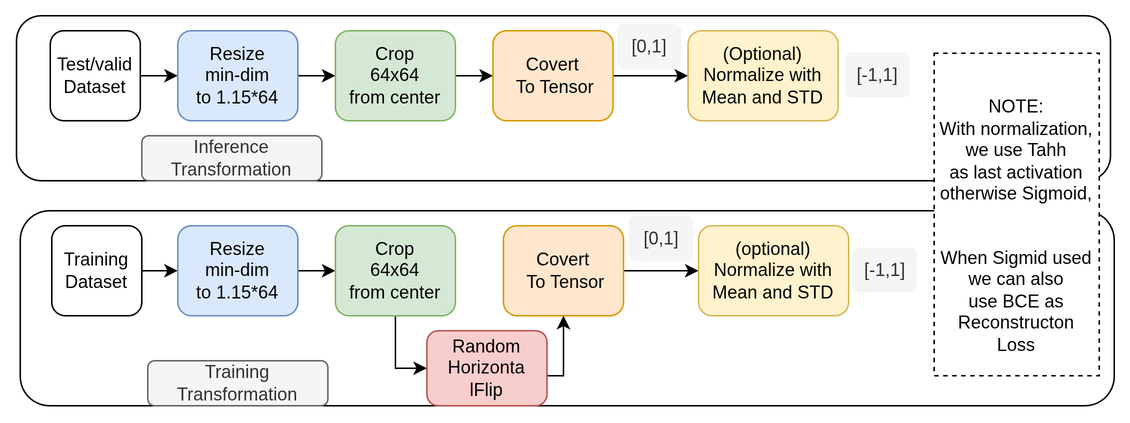
Above: report/latex/img/vae-data-prep-blocks.drawio.png in umscai/zc05-gen-ai (draw.io), before the change. Source tidied: cells renumbered, new cells last; positions are measured from the earlier drawing's top-left corner, leaving out a move shared by most shapes. The source it was exported from:
```xml
<mxGraphModel>
  <root>
    <mxCell id="0" />
    <mxCell id="1" parent="0" />
    <mxCell id="2" style="rounded=1;whiteSpace=wrap;html=1;" parent="1" vertex="1">
      <mxGeometry x="3" y="130" width="729" height="130" as="geometry" />
    </mxCell>
    <mxCell id="3" style="edgeStyle=orthogonalEdgeStyle;rounded=0;jettySize=auto;html=1;entryX=0;entryY=0.5;entryDx=0;entryDy=0;" parent="1" edge="1" source="4" target="6">
      <mxGeometry relative="1" as="geometry" />
    </mxCell>
    <mxCell id="4" value="Training&lt;div&gt;Dataset&lt;/div&gt;" style="rounded=1;whiteSpace=wrap;html=1;" parent="1" vertex="1">
      <mxGeometry x="24" y="140" width="60" height="60" as="geometry" />
    </mxCell>
    <mxCell id="5" style="edgeStyle=orthogonalEdgeStyle;rounded=0;jettySize=auto;html=1;entryX=0;entryY=0.5;entryDx=0;entryDy=0;" parent="1" edge="1" source="6" target="8">
      <mxGeometry relative="1" as="geometry" />
    </mxCell>
    <mxCell id="6" value="Resize&lt;div&gt;min-dim&lt;/div&gt;&lt;div&gt;to 1.15*64&lt;/div&gt;" style="rounded=1;whiteSpace=wrap;html=1;fillColor=#dae8fc;strokeColor=#6c8ebf;" parent="1" vertex="1">
      <mxGeometry x="108" y="140" width="80" height="60" as="geometry" />
    </mxCell>
    <mxCell id="7" style="edgeStyle=orthogonalEdgeStyle;rounded=0;jettySize=auto;html=1;entryX=0;entryY=0.5;entryDx=0;entryDy=0;" parent="1" edge="1" source="8" target="14">
      <mxGeometry relative="1" as="geometry" />
    </mxCell>
    <mxCell id="8" value="Crop&lt;div&gt;64x64&lt;/div&gt;&lt;div&gt;from center&lt;/div&gt;" style="rounded=1;whiteSpace=wrap;html=1;fillColor=#d5e8d4;strokeColor=#82b366;" parent="1" vertex="1">
      <mxGeometry x="213" y="140" width="80" height="60" as="geometry" />
    </mxCell>
    <mxCell id="9" value="Training Transformation" style="rounded=1;whiteSpace=wrap;html=1;fillColor=#f5f5f5;fontColor=#333333;strokeColor=#666666;" parent="1" vertex="1">
      <mxGeometry x="88" y="230" width="120" height="30" as="geometry" />
    </mxCell>
    <mxCell id="10" style="edgeStyle=orthogonalEdgeStyle;rounded=0;jettySize=auto;html=1;entryX=0;entryY=0.5;entryDx=0;entryDy=0;" parent="1" edge="1" source="11" target="12">
      <mxGeometry relative="1" as="geometry" />
    </mxCell>
    <mxCell id="11" value="Covert&lt;div&gt;&amp;nbsp;To Tensor&lt;/div&gt;" style="rounded=1;whiteSpace=wrap;html=1;fillColor=#ffe6cc;strokeColor=#d79b00;" parent="1" vertex="1">
      <mxGeometry x="325" y="140" width="80" height="60" as="geometry" />
    </mxCell>
    <mxCell id="12" value="&lt;div&gt;(optional)&lt;/div&gt;Normalize with&lt;div&gt;Mean and STD&lt;/div&gt;" style="rounded=1;whiteSpace=wrap;html=1;fillColor=#fff2cc;strokeColor=#d6b656;" parent="1" vertex="1">
      <mxGeometry x="455" y="140" width="100" height="60" as="geometry" />
    </mxCell>
    <mxCell id="13" style="edgeStyle=orthogonalEdgeStyle;rounded=0;jettySize=auto;html=1;entryX=0.5;entryY=1;entryDx=0;entryDy=0;" parent="1" edge="1" source="14" target="11">
      <mxGeometry relative="1" as="geometry">
        <Array as="points">
          <mxPoint x="365" y="240" />
        </Array>
      </mxGeometry>
    </mxCell>
    <mxCell id="14" value="&lt;div&gt;Random&lt;/div&gt;&lt;div&gt;Horizonta&lt;/div&gt;&lt;div&gt;lFlip&lt;/div&gt;" style="rounded=1;whiteSpace=wrap;html=1;fillColor=#f8cecc;strokeColor=#b85450;" parent="1" vertex="1">
      <mxGeometry x="274" y="210" width="80" height="50" as="geometry" />
    </mxCell>
    <mxCell id="15" style="rounded=1;whiteSpace=wrap;html=1;" parent="1" vertex="1">
      <mxGeometry x="0.5" width="729" height="110" as="geometry" />
    </mxCell>
    <mxCell id="16" style="edgeStyle=orthogonalEdgeStyle;rounded=0;jettySize=auto;html=1;entryX=0;entryY=0.5;entryDx=0;entryDy=0;" parent="1" edge="1" source="17" target="19">
      <mxGeometry relative="1" as="geometry" />
    </mxCell>
    <mxCell id="17" value="Test/valid&lt;br&gt;&lt;div&gt;Dataset&lt;/div&gt;" style="rounded=1;whiteSpace=wrap;html=1;" parent="1" vertex="1">
      <mxGeometry x="23" y="10" width="60" height="60" as="geometry" />
    </mxCell>
    <mxCell id="18" style="edgeStyle=orthogonalEdgeStyle;rounded=0;jettySize=auto;html=1;entryX=0;entryY=0.5;entryDx=0;entryDy=0;" parent="1" edge="1" source="19" target="21">
      <mxGeometry relative="1" as="geometry" />
    </mxCell>
    <mxCell id="19" value="Resize&lt;div&gt;min-dim&lt;/div&gt;&lt;div&gt;to 1.15*64&lt;/div&gt;" style="rounded=1;whiteSpace=wrap;html=1;fillColor=#dae8fc;strokeColor=#6c8ebf;" parent="1" vertex="1">
      <mxGeometry x="108" y="10" width="80" height="60" as="geometry" />
    </mxCell>
    <mxCell id="20" style="edgeStyle=orthogonalEdgeStyle;rounded=0;jettySize=auto;html=1;entryX=0;entryY=0.5;entryDx=0;entryDy=0;" parent="1" edge="1" source="21" target="24">
      <mxGeometry relative="1" as="geometry" />
    </mxCell>
    <mxCell id="21" value="Crop&lt;div&gt;64x64&lt;/div&gt;&lt;div&gt;from center&lt;/div&gt;" style="rounded=1;whiteSpace=wrap;html=1;fillColor=#d5e8d4;strokeColor=#82b366;" parent="1" vertex="1">
      <mxGeometry x="213" y="10" width="80" height="60" as="geometry" />
    </mxCell>
    <mxCell id="22" value="Inference Transformation" style="rounded=1;whiteSpace=wrap;html=1;fillColor=#f5f5f5;fontColor=#333333;strokeColor=#666666;" parent="1" vertex="1">
      <mxGeometry x="84" y="80" width="120" height="30" as="geometry" />
    </mxCell>
    <mxCell id="23" style="edgeStyle=orthogonalEdgeStyle;rounded=0;jettySize=auto;html=1;entryX=0;entryY=0.5;entryDx=0;entryDy=0;" parent="1" edge="1" source="24" target="25">
      <mxGeometry relative="1" as="geometry" />
    </mxCell>
    <mxCell id="24" value="Covert&lt;div&gt;&amp;nbsp;To Tensor&lt;/div&gt;" style="rounded=1;whiteSpace=wrap;html=1;fillColor=#ffe6cc;strokeColor=#d79b00;" parent="1" vertex="1">
      <mxGeometry x="318" y="10" width="80" height="60" as="geometry" />
    </mxCell>
    <mxCell id="25" value="&lt;div&gt;(Optional)&lt;/div&gt;Normalize with&lt;div&gt;Mean and STD&lt;/div&gt;" style="rounded=1;whiteSpace=wrap;html=1;fillColor=#fff2cc;strokeColor=#d6b656;" parent="1" vertex="1">
      <mxGeometry x="448" y="10" width="100" height="60" as="geometry" />
    </mxCell>
    <mxCell id="26" value="&lt;div&gt;&lt;br&gt;&lt;/div&gt;&lt;div&gt;NOTE:&lt;/div&gt;With normalization, we use Tahh&lt;div&gt;as last activation&lt;div&gt;otherwise Sigmoid,&lt;/div&gt;&lt;div&gt;&lt;br&gt;&lt;/div&gt;&lt;div&gt;&lt;br&gt;&lt;/div&gt;&lt;div&gt;When Sigmid used we can also&lt;/div&gt;&lt;div&gt;use BCE as Reconstructon&lt;/div&gt;&lt;div&gt;Loss&lt;/div&gt;&lt;/div&gt;" style="rounded=0;whiteSpace=wrap;html=1;dashed=1;" parent="1" vertex="1">
      <mxGeometry x="612" y="25" width="110" height="215" as="geometry" />
    </mxCell>
    <mxCell id="27" value="[0,1]" style="rounded=1;whiteSpace=wrap;html=1;fillColor=#f5f5f5;fontColor=#333333;strokeColor=none;" parent="1" vertex="1">
      <mxGeometry x="401" y="6" width="43" height="30" as="geometry" />
    </mxCell>
    <mxCell id="28" value="[0,1]" style="rounded=1;whiteSpace=wrap;html=1;fillColor=#f5f5f5;fontColor=#333333;strokeColor=none;" parent="1" vertex="1">
      <mxGeometry x="409" y="134" width="43" height="30" as="geometry" />
    </mxCell>
    <mxCell id="29" value="[-1,1]" style="rounded=1;whiteSpace=wrap;html=1;fillColor=#f5f5f5;fontColor=#333333;strokeColor=none;" parent="1" vertex="1">
      <mxGeometry x="553" y="25" width="43" height="30" as="geometry" />
    </mxCell>
    <mxCell id="30" value="[-1,1]" style="rounded=1;whiteSpace=wrap;html=1;fillColor=#f5f5f5;fontColor=#333333;strokeColor=none;" parent="1" vertex="1">
      <mxGeometry x="558" y="155" width="43" height="30" as="geometry" />
    </mxCell>
  </root>
</mxGraphModel>
```
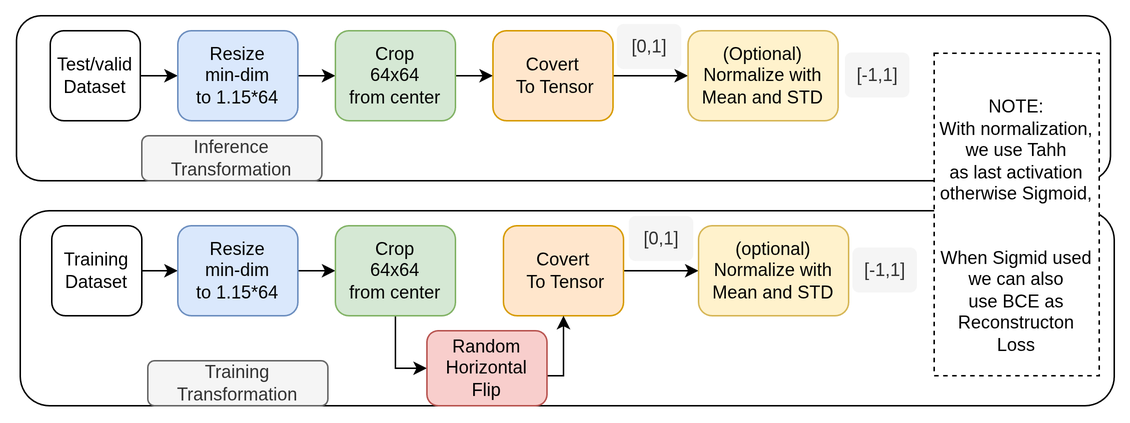
After the change.

The edit, as a diff of the source:
```diff
@@ -42,7 +42,7 @@
         </Array>
       </mxGeometry>
     </mxCell>
-    <mxCell id="14" value="&lt;div&gt;Random&lt;/div&gt;&lt;div&gt;Horizonta&lt;/div&gt;&lt;div&gt;lFlip&lt;/div&gt;" style="rounded=1;whiteSpace=wrap;html=1;fillColor=#f8cecc;strokeColor=#b85450;" parent="1" vertex="1">
+    <mxCell id="14" value="&lt;div&gt;Random&lt;/div&gt;&lt;div&gt;Horizontal&lt;/div&gt;&lt;div&gt;Flip&lt;/div&gt;" style="rounded=1;whiteSpace=wrap;html=1;fillColor=#f8cecc;strokeColor=#b85450;" parent="1" vertex="1">
       <mxGeometry x="274" y="210" width="80" height="50" as="geometry" />
     </mxCell>
     <mxCell id="15" style="rounded=1;whiteSpace=wrap;html=1;" parent="1" vertex="1">
```
